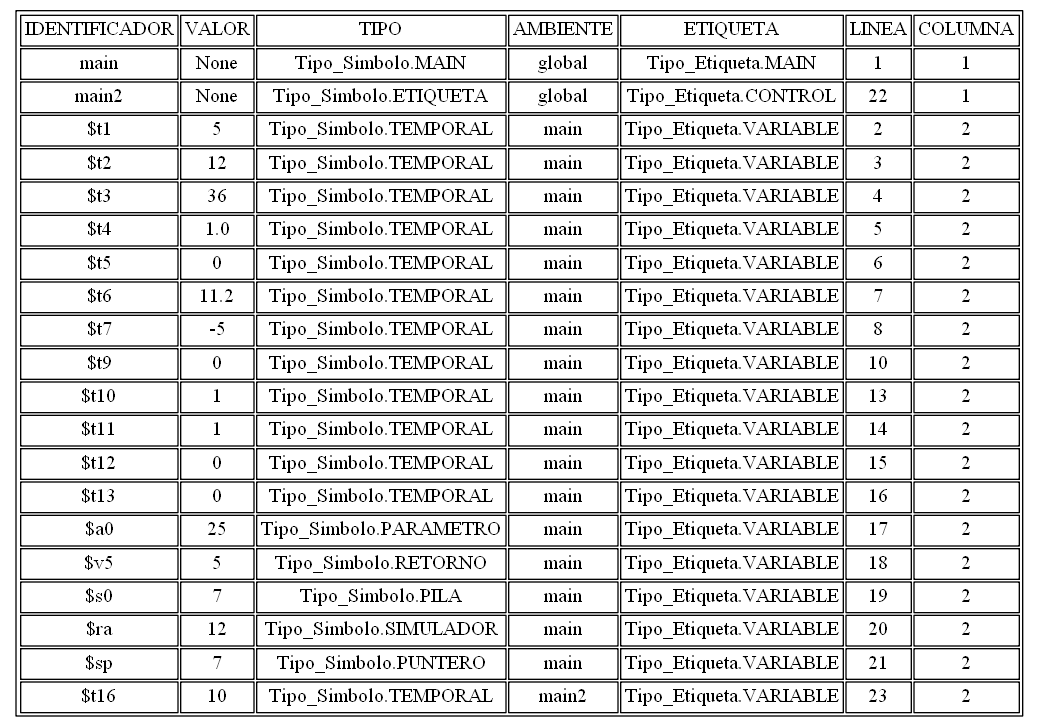
Above: tablasimbolos.png in AndreeAvalos/OLC2-AUGUS (Graphviz), before the change. Its source is kept beside it as tablasimbolos.dot.
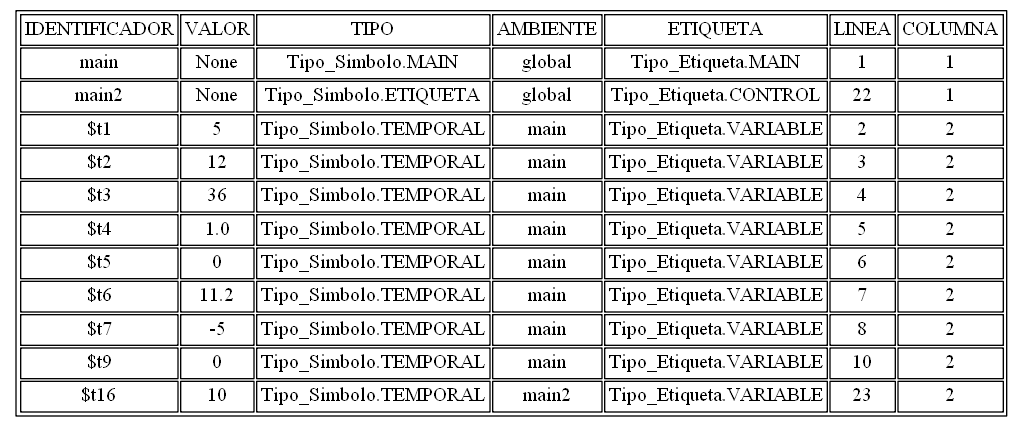
Above is the later version.

The edit, as a diff of the source:
```diff
@@ -13,15 +13,6 @@
 <TR><TD>$t6</TD><TD>11.2</TD><TD>Tipo_Simbolo.TEMPORAL</TD><TD>main</TD><TD>Tipo_Etiqueta.VARIABLE</TD><TD>7</TD><TD>2</TD></TR>
 <TR><TD>$t7</TD><TD>-5</TD><TD>Tipo_Simbolo.TEMPORAL</TD><TD>main</TD><TD>Tipo_Etiqueta.VARIABLE</TD><TD>8</TD><TD>2</TD></TR>
 <TR><TD>$t9</TD><TD>0</TD><TD>Tipo_Simbolo.TEMPORAL</TD><TD>main</TD><TD>Tipo_Etiqueta.VARIABLE</TD><TD>10</TD><TD>2</TD></TR>
-<TR><TD>$t10</TD><TD>1</TD><TD>Tipo_Simbolo.TEMPORAL</TD><TD>main</TD><TD>Tipo_Etiqueta.VARIABLE</TD><TD>13</TD><TD>2</TD></TR>
-<TR><TD>$t11</TD><TD>1</TD><TD>Tipo_Simbolo.TEMPORAL</TD><TD>main</TD><TD>Tipo_Etiqueta.VARIABLE</TD><TD>14</TD><TD>2</TD></TR>
-<TR><TD>$t12</TD><TD>0</TD><TD>Tipo_Simbolo.TEMPORAL</TD><TD>main</TD><TD>Tipo_Etiqueta.VARIABLE</TD><TD>15</TD><TD>2</TD></TR>
-<TR><TD>$t13</TD><TD>0</TD><TD>Tipo_Simbolo.TEMPORAL</TD><TD>main</TD><TD>Tipo_Etiqueta.VARIABLE</TD><TD>16</TD><TD>2</TD></TR>
-<TR><TD>$a0</TD><TD>25</TD><TD>Tipo_Simbolo.PARAMETRO</TD><TD>main</TD><TD>Tipo_Etiqueta.VARIABLE</TD><TD>17</TD><TD>2</TD></TR>
-<TR><TD>$v5</TD><TD>5</TD><TD>Tipo_Simbolo.RETORNO</TD><TD>main</TD><TD>Tipo_Etiqueta.VARIABLE</TD><TD>18</TD><TD>2</TD></TR>
-<TR><TD>$s0</TD><TD>7</TD><TD>Tipo_Simbolo.PILA</TD><TD>main</TD><TD>Tipo_Etiqueta.VARIABLE</TD><TD>19</TD><TD>2</TD></TR>
-<TR><TD>$ra</TD><TD>12</TD><TD>Tipo_Simbolo.SIMULADOR</TD><TD>main</TD><TD>Tipo_Etiqueta.VARIABLE</TD><TD>20</TD><TD>2</TD></TR>
-<TR><TD>$sp</TD><TD>7</TD><TD>Tipo_Simbolo.PUNTERO</TD><TD>main</TD><TD>Tipo_Etiqueta.VARIABLE</TD><TD>21</TD><TD>2</TD></TR>
 <TR><TD>$t16</TD><TD>10</TD><TD>Tipo_Simbolo.TEMPORAL</TD><TD>main2</TD><TD>Tipo_Etiqueta.VARIABLE</TD><TD>23</TD><TD>2</TD></TR>
 </TABLE>
 >, ];
```
